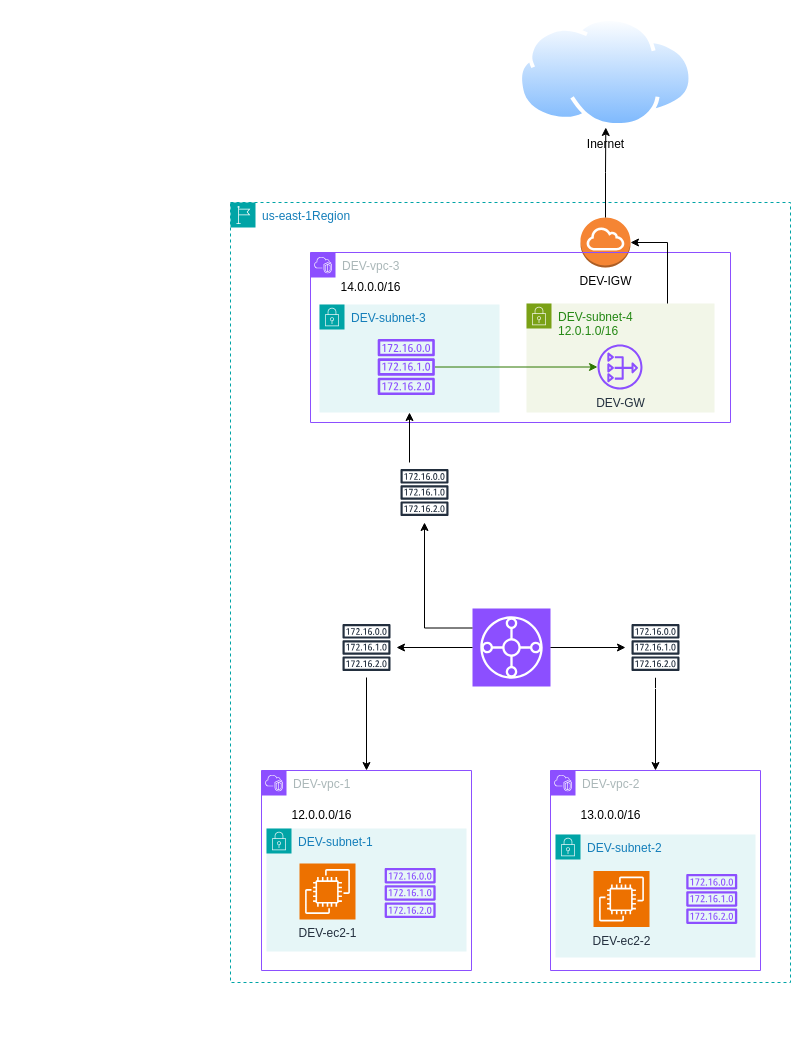
Above: AWS_Demo/06-S3Bucket/TransitGateway-demo-2.drawio in Mohamed-Eleraki/terraform (draw.io), before the change. Source tidied: cells renumbered, new cells numbered last; positions are measured from the earlier drawing's top-left corner, leaving out a move shared by most shapes. Both pictures are drawn from the tidied source at 100%, with x=0, y=0 at pixel (230, 17).
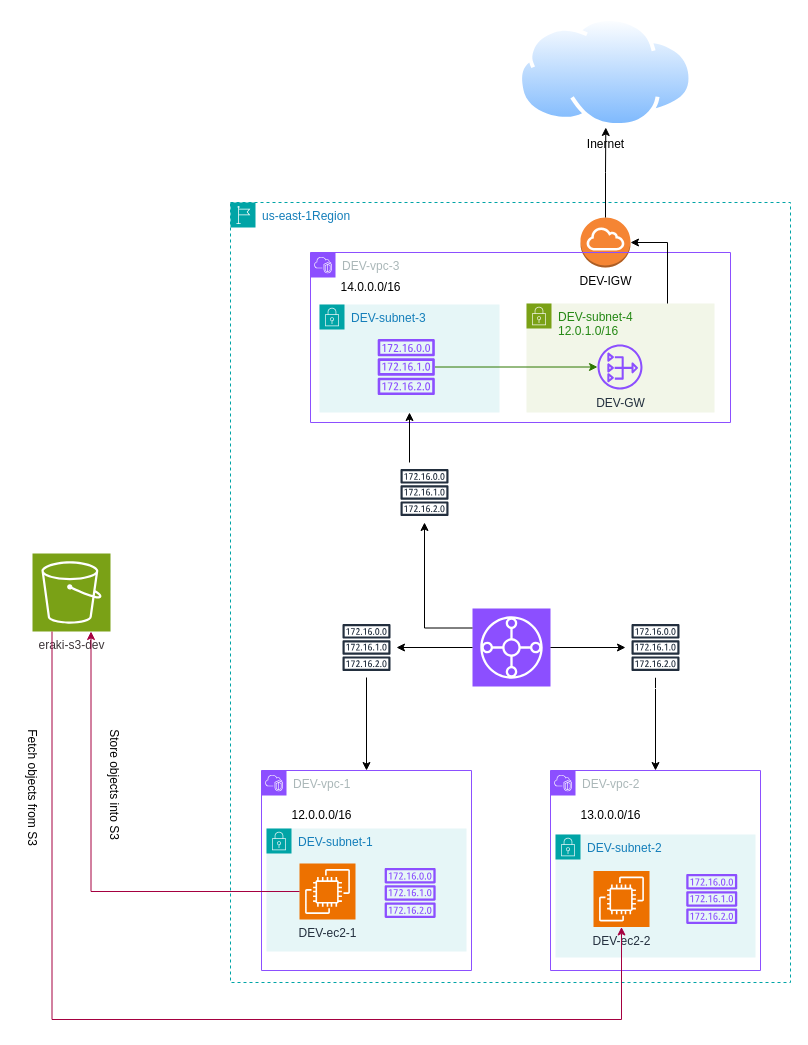
After the change.

The change refers to these unchanged cells:
```xml
<mxCell id="6" value="DEV-ec2-2" style="sketch=0;points=[[0,0,0],[0.25,0,0],[0.5,0,0],[0.75,0,0],[1,0,0],[0,1,0],[0.25,1,0],[0.5,1,0],[0.75,1,0],[1,1,0],[0,0.25,0],[0,0.5,0],[0,0.75,0],[1,0.25,0],[1,0.5,0],[1,0.75,0]];outlineConnect=0;fontColor=#232F3E;fillColor=#ED7100;strokeColor=#ffffff;dashed=0;verticalLabelPosition=bottom;verticalAlign=top;align=center;html=1;fontSize=12;fontStyle=0;shape=mxgraph.aws4.resourceIcon;resIcon=mxgraph.aws4.ec2;" parent="5" vertex="1">
  <mxGeometry x="38" y="36.5" width="56" height="56" as="geometry" />
</mxCell>
<mxCell id="31" value="DEV-ec2-1" style="sketch=0;points=[[0,0,0],[0.25,0,0],[0.5,0,0],[0.75,0,0],[1,0,0],[0,1,0],[0.25,1,0],[0.5,1,0],[0.75,1,0],[1,1,0],[0,0.25,0],[0,0.5,0],[0,0.75,0],[1,0.25,0],[1,0.5,0],[1,0.75,0]];outlineConnect=0;fontColor=#232F3E;fillColor=#ED7100;strokeColor=#ffffff;dashed=0;verticalLabelPosition=bottom;verticalAlign=top;align=center;html=1;fontSize=12;fontStyle=0;shape=mxgraph.aws4.resourceIcon;resIcon=mxgraph.aws4.ec2;" parent="30" vertex="1">
  <mxGeometry x="33" y="35" width="56" height="56" as="geometry" />
</mxCell>
```

Diff of the diagram source:
```diff
@@
+    <mxCell id="34" value="&lt;font color=&quot;#3e373a&quot;&gt;eraki-s3-dev&lt;/font&gt;" style="sketch=0;points=[[0,0,0],[0.25,0,0],[0.5,0,0],[0.75,0,0],[1,0,0],[0,1,0],[0.25,1,0],[0.5,1,0],[0.75,1,0],[1,1,0],[0,0.25,0],[0,0.5,0],[0,0.75,0],[1,0.25,0],[1,0.5,0],[1,0.75,0]];outlineConnect=0;fontColor=#232F3E;fillColor=#7AA116;strokeColor=#ffffff;dashed=0;verticalLabelPosition=bottom;verticalAlign=top;align=center;html=1;fontSize=12;fontStyle=0;shape=mxgraph.aws4.resourceIcon;resIcon=mxgraph.aws4.s3;" parent="1" vertex="1">
+      <mxGeometry x="-198" y="536" width="78" height="78" as="geometry" />
+    </mxCell>
+    <mxCell id="35" style="edgeStyle=orthogonalEdgeStyle;rounded=0;jettySize=auto;html=1;exitX=0;exitY=0.5;exitDx=0;exitDy=0;exitPerimeter=0;entryX=0.75;entryY=1;entryDx=0;entryDy=0;entryPerimeter=0;fillColor=#d80073;strokeColor=#A50040;" parent="1" edge="1" source="31" target="34">
+      <mxGeometry relative="1" as="geometry" />
+    </mxCell>
+    <mxCell id="36" style="edgeStyle=orthogonalEdgeStyle;rounded=0;jettySize=auto;html=1;exitX=0.25;exitY=1;exitDx=0;exitDy=0;exitPerimeter=0;entryX=0.5;entryY=1;entryDx=0;entryDy=0;entryPerimeter=0;fillColor=#d80073;strokeColor=#A50040;" parent="1" edge="1" source="34" target="6">
+      <mxGeometry relative="1" as="geometry">
+        <Array as="points">
+          <mxPoint x="-178" y="1002" />
+          <mxPoint x="391" y="1002" />
+        </Array>
+      </mxGeometry>
+    </mxCell>
+    <mxCell id="37" value="Store objects into S3" style="text;html=1;align=center;verticalAlign=middle;strokeColor=none;fillColor=none;rotation=90;" parent="1" vertex="1">
+      <mxGeometry x="-181" y="752" width="130" height="30" as="geometry" />
+    </mxCell>
+    <mxCell id="38" value="Fetch objects from S3" style="text;html=1;align=center;verticalAlign=middle;strokeColor=none;fillColor=none;rotation=90;" parent="1" vertex="1">
+      <mxGeometry x="-268" y="755" width="140" height="30" as="geometry" />
+    </mxCell>
```
